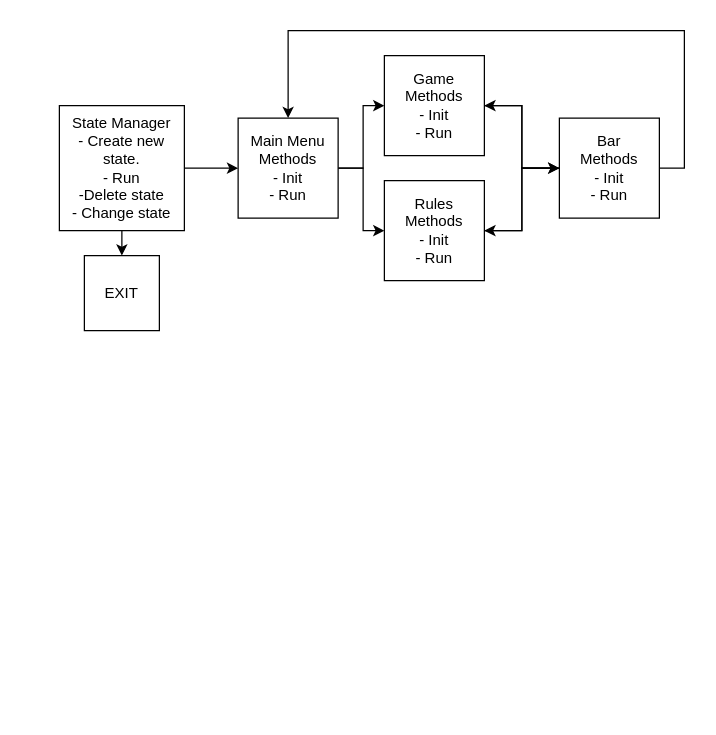
Before: scheme/skeleton.drawio in anycodef/ElectricGame, a draw.io diagram. Source tidied: cells renumbered, new cells numbered last; positions are measured from the earlier drawing's top-left corner, leaving out a move shared by most shapes. Both pictures are drawn from the tidied source at 125%, with x=0, y=0 at pixel (59, 30).
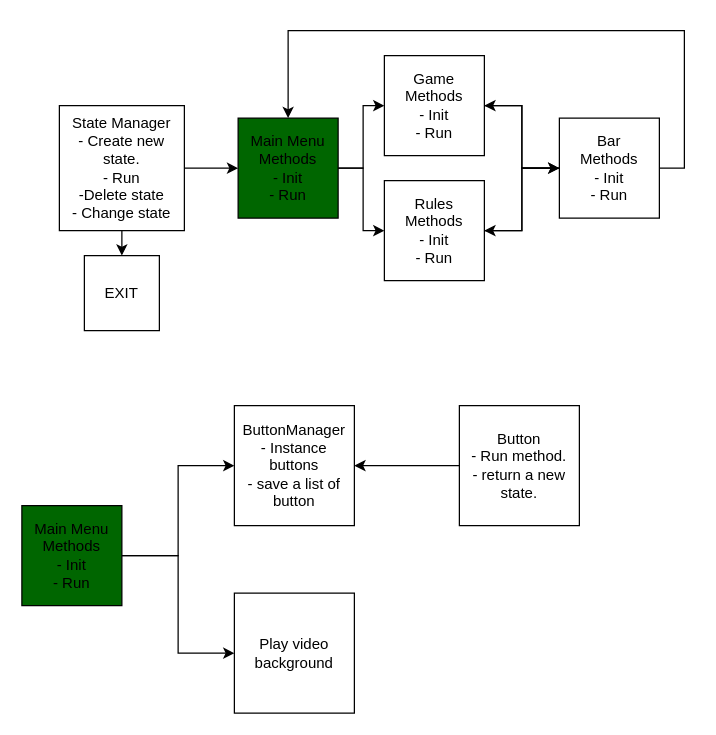
The same page after the edit.

Commit message (it also covers changes not shown here):
This version is a initial version which show a black screen for menu and have a structure: managerState, menuState.

Diff of the diagram source:
```diff
@@
-    <mxCell id="7" value="Main Menu&lt;br&gt;Methods&lt;br&gt;- Init&lt;br&gt;- Run" style="whiteSpace=wrap;html=1;" parent="1" vertex="1">
+    <mxCell id="7" value="Main Menu&lt;br&gt;Methods&lt;br&gt;- Init&lt;br&gt;- Run" style="whiteSpace=wrap;html=1;fillColor=#006600;" parent="1" vertex="1">
       <mxGeometry x="143" y="70" width="80" height="80" as="geometry" />
     </mxCell>
@@
+    <mxCell id="17" style="edgeStyle=orthogonalEdgeStyle;rounded=0;jettySize=auto;html=1;exitX=1;exitY=0.5;exitDx=0;exitDy=0;entryX=0;entryY=0.5;entryDx=0;entryDy=0;" parent="1" edge="1" source="23" target="19">
+      <mxGeometry relative="1" as="geometry" />
+    </mxCell>
+    <mxCell id="18" style="edgeStyle=orthogonalEdgeStyle;rounded=0;jettySize=auto;html=1;entryX=0;entryY=0.5;entryDx=0;entryDy=0;exitX=1;exitY=0.5;exitDx=0;exitDy=0;" parent="1" edge="1" source="23" target="20">
+      <mxGeometry relative="1" as="geometry" />
+    </mxCell>
+    <mxCell id="19" value="ButtonManager&lt;br&gt;- Instance buttons&lt;br&gt;- save a list of button" style="whiteSpace=wrap;html=1;" parent="1" vertex="1">
+      <mxGeometry x="140" y="300" width="96" height="96" as="geometry" />
+    </mxCell>
+    <mxCell id="20" value="Play video background" style="whiteSpace=wrap;html=1;" parent="1" vertex="1">
+      <mxGeometry x="140" y="450" width="96" height="96" as="geometry" />
+    </mxCell>
+    <mxCell id="21" style="edgeStyle=orthogonalEdgeStyle;rounded=0;jettySize=auto;html=1;" parent="1" edge="1" source="22" target="19">
+      <mxGeometry relative="1" as="geometry" />
+    </mxCell>
+    <mxCell id="22" value="Button&lt;br&gt;- Run method.&lt;br&gt;- return a new state." style="whiteSpace=wrap;html=1;" parent="1" vertex="1">
+      <mxGeometry x="320" y="300" width="96" height="96" as="geometry" />
+    </mxCell>
+    <mxCell id="23" value="Main Menu&lt;br&gt;Methods&lt;br&gt;- Init&lt;br&gt;- Run" style="whiteSpace=wrap;html=1;fillColor=#006600;" parent="1" vertex="1">
+      <mxGeometry x="-30" y="380" width="80" height="80" as="geometry" />
+    </mxCell>
```
